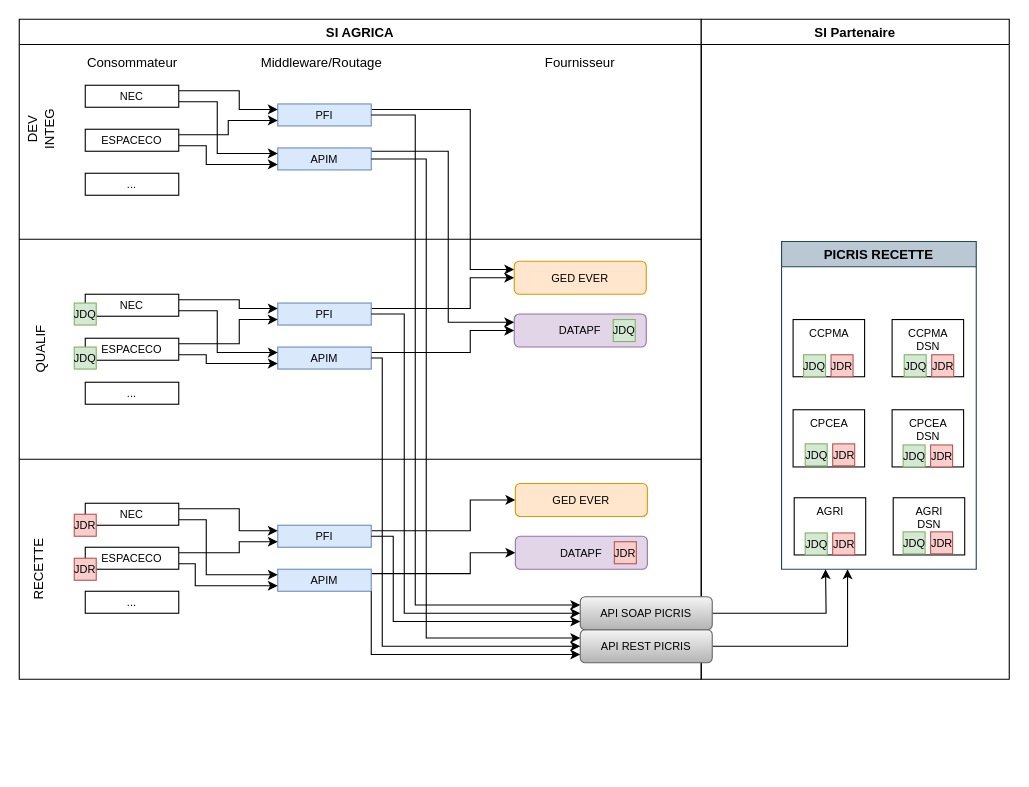
The draw.io diagram environnement.drawio in vdupain/draw.io, before the edit. Source tidied: cells renumbered, new cells numbered last; positions are measured from the earlier drawing's top-left corner, leaving out a move shared by most shapes. Both pictures are drawn from the tidied source at 110%, with x=0, y=0 at pixel (16, 19).
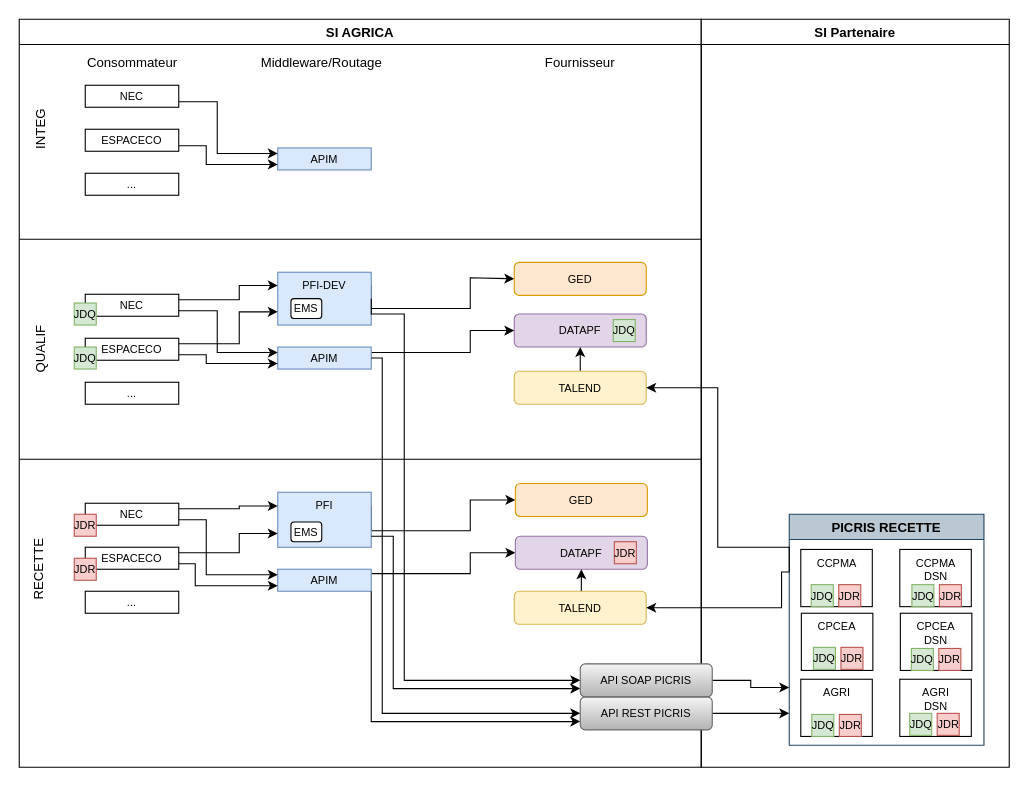
After the change.

Unchanged cells that the change refers to:
```xml
<mxCell id="6" value="DATAPF" style="rounded=1;whiteSpace=wrap;html=1;fontSize=10;fillColor=#e1d5e7;strokeColor=#9673a6;" parent="2" vertex="1">
  <mxGeometry x="450" y="268" width="120" height="30" as="geometry" />
</mxCell>
<mxCell id="12" value="APIM" style="rounded=0;whiteSpace=wrap;html=1;fontSize=10;fillColor=#dae8fc;strokeColor=#6c8ebf;" parent="2" vertex="1">
  <mxGeometry x="235" y="298" width="85" height="20" as="geometry" />
</mxCell>
<mxCell id="14" value="APIM" style="rounded=0;whiteSpace=wrap;html=1;fontSize=10;fillColor=#dae8fc;strokeColor=#6c8ebf;" parent="2" vertex="1">
  <mxGeometry x="235" y="500" width="85" height="20" as="geometry" />
</mxCell>
<mxCell id="18" value="APIM" style="rounded=0;whiteSpace=wrap;html=1;fontSize=10;fillColor=#dae8fc;strokeColor=#6c8ebf;" parent="2" vertex="1">
  <mxGeometry x="235" y="117" width="85" height="20" as="geometry" />
</mxCell>
<mxCell id="21" value="NEC" style="rounded=0;whiteSpace=wrap;html=1;fontSize=10;" parent="2" vertex="1">
  <mxGeometry x="60" y="60" width="85" height="20" as="geometry" />
</mxCell>
<mxCell id="24" value="ESPACECO" style="rounded=0;whiteSpace=wrap;html=1;fontSize=10;" parent="2" vertex="1">
  <mxGeometry x="60" y="100" width="85" height="20" as="geometry" />
</mxCell>
<mxCell id="27" value="NEC" style="rounded=0;whiteSpace=wrap;html=1;fontSize=10;" parent="2" vertex="1">
  <mxGeometry x="60" y="250" width="85" height="20" as="geometry" />
</mxCell>
<mxCell id="30" value="ESPACECO" style="rounded=0;whiteSpace=wrap;html=1;fontSize=10;" parent="2" vertex="1">
  <mxGeometry x="60" y="290" width="85" height="20" as="geometry" />
</mxCell>
<mxCell id="34" value="NEC" style="rounded=0;whiteSpace=wrap;html=1;fontSize=10;" parent="2" vertex="1">
  <mxGeometry x="60" y="440" width="85" height="20" as="geometry" />
</mxCell>
<mxCell id="37" value="ESPACECO" style="rounded=0;whiteSpace=wrap;html=1;fontSize=10;" parent="2" vertex="1">
  <mxGeometry x="60" y="480" width="85" height="20" as="geometry" />
</mxCell>
<mxCell id="40" value="DATAPF" style="rounded=1;whiteSpace=wrap;html=1;fontSize=10;fillColor=#e1d5e7;strokeColor=#9673a6;" parent="2" vertex="1">
  <mxGeometry x="451" y="470" width="120" height="30" as="geometry" />
</mxCell>
```

The edit, as a diff of the source:
```diff
@@
     <mxCell id="2" value="SI AGRICA" style="swimlane;" parent="1" vertex="1">
-      <mxGeometry x="2" width="620" height="600" as="geometry" />
+      <mxGeometry x="2" width="620" height="680" as="geometry" />
     </mxCell>
@@
-    <mxCell id="5" value="DEV INTEG" style="text;html=1;strokeColor=none;fillColor=none;align=center;verticalAlign=middle;whiteSpace=wrap;rounded=0;rotation=-90;" parent="2" vertex="1">
+    <mxCell id="5" value="INTEG" style="text;html=1;strokeColor=none;fillColor=none;align=center;verticalAlign=middle;whiteSpace=wrap;rounded=0;rotation=-90;" parent="2" vertex="1">
       <mxGeometry y="90" width="40" height="20" as="geometry" />
     </mxCell>
@@
-    <mxCell id="8" value="PFI" style="rounded=0;whiteSpace=wrap;html=1;fontSize=10;fillColor=#dae8fc;strokeColor=#6c8ebf;" parent="2" vertex="1">
-      <mxGeometry x="235" y="258" width="85" height="20" as="geometry" />
+    <mxCell id="8" value="PFI-DEV" style="rounded=0;whiteSpace=wrap;html=1;fontSize=10;fillColor=#dae8fc;strokeColor=#6c8ebf;verticalAlign=top;" parent="2" vertex="1">
+      <mxGeometry x="235" y="230" width="85" height="48" as="geometry" />
     </mxCell>
@@
-    <mxCell id="10" value="PFI" style="rounded=0;whiteSpace=wrap;html=1;fontSize=10;fillColor=#dae8fc;strokeColor=#6c8ebf;" parent="2" vertex="1">
-      <mxGeometry x="235" y="460" width="85" height="20" as="geometry" />
+    <mxCell id="10" value="PFI" style="rounded=0;whiteSpace=wrap;html=1;fontSize=10;fillColor=#dae8fc;strokeColor=#6c8ebf;verticalAlign=top;" parent="2" vertex="1">
+      <mxGeometry x="235" y="430" width="85" height="50" as="geometry" />
     </mxCell>
@@
-    <mxCell id="15" style="edgeStyle=orthogonalEdgeStyle;rounded=0;jettySize=auto;html=1;entryX=0;entryY=0.25;entryDx=0;entryDy=0;fontSize=10;exitX=1;exitY=0.25;exitDx=0;exitDy=0;" parent="2" edge="1" source="16" target="39">
-      <mxGeometry relative="1" as="geometry">
-        <Array as="points">
-          <mxPoint x="410" y="82" />
-          <mxPoint x="410" y="228" />
-        </Array>
-      </mxGeometry>
-    </mxCell>
-    <mxCell id="16" value="PFI" style="rounded=0;whiteSpace=wrap;html=1;fontSize=10;fillColor=#dae8fc;strokeColor=#6c8ebf;" parent="2" vertex="1">
-      <mxGeometry x="235" y="77" width="85" height="20" as="geometry" />
-    </mxCell>
-    <mxCell id="17" style="edgeStyle=orthogonalEdgeStyle;rounded=0;jettySize=auto;html=1;entryX=0;entryY=0.25;entryDx=0;entryDy=0;fontSize=10;" parent="2" edge="1" target="6">
-      <mxGeometry relative="1" as="geometry">
-        <mxPoint x="320" y="120" as="sourcePoint" />
-        <Array as="points">
-          <mxPoint x="390" y="120" />
-          <mxPoint x="390" y="276" />
-        </Array>
-      </mxGeometry>
-    </mxCell>
@@
-    <mxCell id="19" style="edgeStyle=orthogonalEdgeStyle;rounded=0;jettySize=auto;html=1;entryX=0;entryY=0.25;entryDx=0;entryDy=0;fontSize=10;exitX=1;exitY=0.25;exitDx=0;exitDy=0;" parent="2" edge="1" source="21" target="16">
-      <mxGeometry relative="1" as="geometry">
-        <Array as="points">
-          <mxPoint x="200" y="65" />
-          <mxPoint x="200" y="82" />
-        </Array>
-      </mxGeometry>
-    </mxCell>
@@
-    <mxCell id="22" style="edgeStyle=orthogonalEdgeStyle;rounded=0;jettySize=auto;html=1;entryX=0;entryY=0.75;entryDx=0;entryDy=0;fontSize=10;exitX=1;exitY=0.25;exitDx=0;exitDy=0;" parent="2" edge="1" source="24" target="16">
-      <mxGeometry relative="1" as="geometry" />
-    </mxCell>
@@
-    <mxCell id="26" style="edgeStyle=orthogonalEdgeStyle;rounded=0;jettySize=auto;html=1;entryX=0;entryY=0.25;entryDx=0;entryDy=0;fontSize=10;exitX=1;exitY=0.25;exitDx=0;exitDy=0;" parent="2" edge="1" source="27" target="8">
+    <mxCell id="26" style="edgeStyle=orthogonalEdgeStyle;rounded=0;jettySize=auto;html=1;fontSize=10;exitX=1;exitY=0.25;exitDx=0;exitDy=0;" parent="2" edge="1" source="27">
       <mxGeometry relative="1" as="geometry">
+        <mxPoint x="235" y="242" as="targetPoint" />
         <Array as="points">
           <mxPoint x="200" y="255" />
-          <mxPoint x="200" y="263" />
+          <mxPoint x="200" y="242" />
         </Array>
       </mxGeometry>
     </mxCell>
@@
     <mxCell id="28" style="edgeStyle=orthogonalEdgeStyle;rounded=0;jettySize=auto;html=1;entryX=0;entryY=0.75;entryDx=0;entryDy=0;fontSize=10;exitX=1;exitY=0.25;exitDx=0;exitDy=0;" parent="2" edge="1" source="30" target="8">
       <mxGeometry relative="1" as="geometry">
         <Array as="points">
           <mxPoint x="200" y="295" />
-          <mxPoint x="200" y="273" />
+          <mxPoint x="200" y="266" />
         </Array>
       </mxGeometry>
     </mxCell>
@@
     <mxCell id="32" style="edgeStyle=orthogonalEdgeStyle;rounded=0;jettySize=auto;html=1;entryX=0;entryY=0.25;entryDx=0;entryDy=0;fontSize=10;exitX=1;exitY=0.25;exitDx=0;exitDy=0;" parent="2" edge="1" source="34" target="10">
       <mxGeometry relative="1" as="geometry">
         <Array as="points">
           <mxPoint x="200" y="445" />
-          <mxPoint x="200" y="465" />
+          <mxPoint x="200" y="443" />
         </Array>
       </mxGeometry>
     </mxCell>
@@
     <mxCell id="35" style="edgeStyle=orthogonalEdgeStyle;rounded=0;jettySize=auto;html=1;entryX=0;entryY=0.75;entryDx=0;entryDy=0;fontSize=10;exitX=1;exitY=0.25;exitDx=0;exitDy=0;" parent="2" edge="1" source="37" target="10">
       <mxGeometry relative="1" as="geometry">
         <Array as="points">
           <mxPoint x="200" y="485" />
-          <mxPoint x="200" y="475" />
+          <mxPoint x="200" y="468" />
         </Array>
       </mxGeometry>
     </mxCell>
@@
-    <mxCell id="39" value="GED EVER" style="rounded=1;whiteSpace=wrap;html=1;fontSize=10;fillColor=#ffe6cc;strokeColor=#d79b00;" parent="2" vertex="1">
-      <mxGeometry x="450" y="220" width="120" height="30" as="geometry" />
+    <mxCell id="39" value="GED" style="rounded=1;whiteSpace=wrap;html=1;fontSize=10;fillColor=#ffe6cc;strokeColor=#d79b00;" parent="2" vertex="1">
+      <mxGeometry x="450" y="221" width="120" height="30" as="geometry" />
     </mxCell>
@@
-    <mxCell id="41" value="GED EVER" style="rounded=1;whiteSpace=wrap;html=1;fontSize=10;fillColor=#ffe6cc;strokeColor=#d79b00;" parent="2" vertex="1">
+    <mxCell id="41" value="GED" style="rounded=1;whiteSpace=wrap;html=1;fontSize=10;fillColor=#ffe6cc;strokeColor=#d79b00;" parent="2" vertex="1">
       <mxGeometry x="451" y="422" width="120" height="30" as="geometry" />
     </mxCell>
@@
+    <mxCell id="84" style="edgeStyle=orthogonalEdgeStyle;rounded=0;jettySize=auto;html=1;exitX=0.5;exitY=0;exitDx=0;exitDy=0;entryX=0.5;entryY=1;entryDx=0;entryDy=0;" parent="2" edge="1" source="85" target="6">
+      <mxGeometry relative="1" as="geometry" />
+    </mxCell>
+    <mxCell id="85" value="TALEND" style="rounded=1;whiteSpace=wrap;html=1;fontSize=10;fillColor=#fff2cc;strokeColor=#d6b656;" parent="2" vertex="1">
+      <mxGeometry x="450" y="320" width="120" height="30" as="geometry" />
+    </mxCell>
+    <mxCell id="86" style="edgeStyle=orthogonalEdgeStyle;rounded=0;jettySize=auto;html=1;exitX=0.5;exitY=0;exitDx=0;exitDy=0;entryX=0.5;entryY=1;entryDx=0;entryDy=0;" parent="2" edge="1" source="87" target="40">
+      <mxGeometry relative="1" as="geometry" />
+    </mxCell>
+    <mxCell id="87" value="TALEND" style="rounded=1;whiteSpace=wrap;html=1;fontSize=10;fillColor=#fff2cc;strokeColor=#d6b656;" parent="2" vertex="1">
+      <mxGeometry x="450" y="520" width="120" height="30" as="geometry" />
+    </mxCell>
+    <mxCell id="88" value="EMS" style="rounded=1;whiteSpace=wrap;html=1;fontSize=10;" parent="2" vertex="1">
+      <mxGeometry x="247" y="254" width="28" height="18" as="geometry" />
+    </mxCell>
+    <mxCell id="89" value="EMS" style="rounded=1;whiteSpace=wrap;html=1;fontSize=10;" parent="2" vertex="1">
+      <mxGeometry x="247" y="457" width="28" height="18" as="geometry" />
+    </mxCell>
     <mxCell id="52" value="SI Partenaire" style="swimlane;" parent="1" vertex="1">
-      <mxGeometry x="622" width="280" height="600" as="geometry" />
+      <mxGeometry x="622" width="280" height="680" as="geometry" />
     </mxCell>
     <mxCell id="53" value="PICRIS RECETTE" style="swimlane;fillColor=#bac8d3;strokeColor=#23445d;" parent="52" vertex="1">
-      <mxGeometry x="73" y="202" width="177" height="298" as="geometry" />
+      <mxGeometry x="80" y="450" width="177" height="210" as="geometry" />
     </mxCell>
     <mxCell id="54" value="CCPMA" style="rounded=0;whiteSpace=wrap;html=1;fontSize=10;verticalAlign=top;" parent="53" vertex="1">
-      <mxGeometry x="10.5" y="71" width="65" height="52" as="geometry" />
+      <mxGeometry x="10.5" y="32" width="65" height="52" as="geometry" />
     </mxCell>
     <mxCell id="55" value="&lt;div&gt;CCPMA&lt;/div&gt;&lt;div&gt;DSN&lt;/div&gt;" style="rounded=0;whiteSpace=wrap;html=1;fontSize=10;verticalAlign=top;" parent="53" vertex="1">
-      <mxGeometry x="100.5" y="71" width="65" height="52" as="geometry" />
+      <mxGeometry x="100.5" y="32" width="65" height="52" as="geometry" />
     </mxCell>
     <mxCell id="56" value="CPCEA" style="rounded=0;whiteSpace=wrap;html=1;fontSize=10;verticalAlign=top;" parent="53" vertex="1">
-      <mxGeometry x="10.5" y="153" width="65" height="52" as="geometry" />
+      <mxGeometry x="11" y="90" width="65" height="52" as="geometry" />
     </mxCell>
     <mxCell id="57" value="&lt;div&gt;CPCEA&lt;/div&gt;&lt;div&gt;DSN&lt;/div&gt;" style="rounded=0;whiteSpace=wrap;html=1;fontSize=10;verticalAlign=top;" parent="53" vertex="1">
-      <mxGeometry x="100.5" y="153" width="65" height="52" as="geometry" />
+      <mxGeometry x="101" y="90" width="65" height="52" as="geometry" />
     </mxCell>
     <mxCell id="58" value="AGRI" style="rounded=0;whiteSpace=wrap;html=1;fontSize=10;verticalAlign=top;" parent="53" vertex="1">
-      <mxGeometry x="11.5" y="233" width="65" height="52" as="geometry" />
+      <mxGeometry x="10.5" y="150" width="65" height="52" as="geometry" />
     </mxCell>
     <mxCell id="59" value="&lt;div&gt;AGRI&lt;/div&gt;&lt;div&gt;DSN&lt;/div&gt;" style="rounded=0;whiteSpace=wrap;html=1;fontSize=10;verticalAlign=top;" parent="53" vertex="1">
-      <mxGeometry x="101.5" y="233" width="65" height="52" as="geometry" />
+      <mxGeometry x="100.5" y="150" width="65" height="52" as="geometry" />
     </mxCell>
     <mxCell id="60" value="JDQ" style="rounded=0;whiteSpace=wrap;html=1;fontSize=10;fillColor=#d5e8d4;strokeColor=#82b366;" parent="53" vertex="1">
-      <mxGeometry x="20" y="103" width="20" height="20" as="geometry" />
+      <mxGeometry x="20" y="64" width="20" height="20" as="geometry" />
     </mxCell>
     <mxCell id="61" value="JDR" style="rounded=0;whiteSpace=wrap;html=1;fontSize=10;fillColor=#f8cecc;strokeColor=#b85450;" parent="53" vertex="1">
-      <mxGeometry x="45" y="103" width="20" height="20" as="geometry" />
+      <mxGeometry x="45" y="64" width="20" height="20" as="geometry" />
     </mxCell>
     <mxCell id="62" value="JDQ" style="rounded=0;whiteSpace=wrap;html=1;fontSize=10;fillColor=#d5e8d4;strokeColor=#82b366;" parent="53" vertex="1">
-      <mxGeometry x="111.5" y="103" width="20" height="20" as="geometry" />
+      <mxGeometry x="111.5" y="64" width="20" height="20" as="geometry" />
     </mxCell>
     <mxCell id="63" value="JDR" style="rounded=0;whiteSpace=wrap;html=1;fontSize=10;fillColor=#f8cecc;strokeColor=#b85450;" parent="53" vertex="1">
-      <mxGeometry x="136.5" y="103" width="20" height="20" as="geometry" />
+      <mxGeometry x="136.5" y="64" width="20" height="20" as="geometry" />
     </mxCell>
     <mxCell id="64" value="JDQ" style="rounded=0;whiteSpace=wrap;html=1;fontSize=10;fillColor=#d5e8d4;strokeColor=#82b366;" parent="53" vertex="1">
-      <mxGeometry x="21.5" y="184" width="20" height="20" as="geometry" />
+      <mxGeometry x="22" y="121" width="20" height="20" as="geometry" />
     </mxCell>
     <mxCell id="65" value="JDR" style="rounded=0;whiteSpace=wrap;html=1;fontSize=10;fillColor=#f8cecc;strokeColor=#b85450;" parent="53" vertex="1">
-      <mxGeometry x="46.5" y="184" width="20" height="20" as="geometry" />
+      <mxGeometry x="47" y="121" width="20" height="20" as="geometry" />
     </mxCell>
     <mxCell id="66" value="JDQ" style="rounded=0;whiteSpace=wrap;html=1;fontSize=10;fillColor=#d5e8d4;strokeColor=#82b366;" parent="53" vertex="1">
-      <mxGeometry x="110.5" y="185" width="20" height="20" as="geometry" />
+      <mxGeometry x="111" y="122" width="20" height="20" as="geometry" />
     </mxCell>
     <mxCell id="67" value="JDR" style="rounded=0;whiteSpace=wrap;html=1;fontSize=10;fillColor=#f8cecc;strokeColor=#b85450;" parent="53" vertex="1">
-      <mxGeometry x="135.5" y="185" width="20" height="20" as="geometry" />
+      <mxGeometry x="136" y="122" width="20" height="20" as="geometry" />
     </mxCell>
     <mxCell id="68" value="JDQ" style="rounded=0;whiteSpace=wrap;html=1;fontSize=10;fillColor=#d5e8d4;strokeColor=#82b366;" parent="53" vertex="1">
-      <mxGeometry x="21.5" y="265" width="20" height="20" as="geometry" />
+      <mxGeometry x="20.5" y="182" width="20" height="20" as="geometry" />
     </mxCell>
     <mxCell id="69" value="JDR" style="rounded=0;whiteSpace=wrap;html=1;fontSize=10;fillColor=#f8cecc;strokeColor=#b85450;" parent="53" vertex="1">
-      <mxGeometry x="46.5" y="265" width="20" height="20" as="geometry" />
+      <mxGeometry x="45.5" y="182" width="20" height="20" as="geometry" />
     </mxCell>
     <mxCell id="70" value="JDQ" style="rounded=0;whiteSpace=wrap;html=1;fontSize=10;fillColor=#d5e8d4;strokeColor=#82b366;" parent="53" vertex="1">
-      <mxGeometry x="110.5" y="264" width="20" height="20" as="geometry" />
+      <mxGeometry x="109.5" y="181" width="20" height="20" as="geometry" />
     </mxCell>
     <mxCell id="71" value="JDR" style="rounded=0;whiteSpace=wrap;html=1;fontSize=10;fillColor=#f8cecc;strokeColor=#b85450;" parent="53" vertex="1">
-      <mxGeometry x="135.5" y="264" width="20" height="20" as="geometry" />
+      <mxGeometry x="134.5" y="181" width="20" height="20" as="geometry" />
     </mxCell>
@@
     <mxCell id="74" style="edgeStyle=orthogonalEdgeStyle;rounded=0;jettySize=auto;html=1;fontSize=10;exitX=1;exitY=0.5;exitDx=0;exitDy=0;" parent="1" edge="1" source="75">
       <mxGeometry relative="1" as="geometry">
-        <mxPoint x="755" y="500" as="targetPoint" />
+        <mxPoint x="702" y="631" as="targetPoint" />
         <Array as="points">
-          <mxPoint x="755" y="570" />
+          <mxPoint x="702" y="631" />
         </Array>
       </mxGeometry>
     </mxCell>
     <mxCell id="75" value="API REST PICRIS" style="rounded=1;whiteSpace=wrap;html=1;fontSize=10;gradientColor=#b3b3b3;fillColor=#f5f5f5;strokeColor=#666666;" parent="1" vertex="1">
-      <mxGeometry x="512" y="555" width="120" height="30" as="geometry" />
+      <mxGeometry x="512" y="616" width="120" height="30" as="geometry" />
     </mxCell>
-    <mxCell id="76" style="edgeStyle=orthogonalEdgeStyle;rounded=0;jettySize=auto;html=1;fontSize=10;exitX=1;exitY=0.5;exitDx=0;exitDy=0;" parent="1" edge="1" source="77">
-      <mxGeometry relative="1" as="geometry">
-        <mxPoint x="735" y="500" as="targetPoint" />
-      </mxGeometry>
+    <mxCell id="76" style="edgeStyle=orthogonalEdgeStyle;rounded=0;jettySize=auto;html=1;fontSize=10;exitX=1;exitY=0.5;exitDx=0;exitDy=0;entryX=0;entryY=0.75;entryDx=0;entryDy=0;" parent="1" edge="1" source="77" target="53">
+      <mxGeometry relative="1" as="geometry" />
     </mxCell>
     <mxCell id="77" value="API SOAP PICRIS" style="rounded=1;whiteSpace=wrap;html=1;fontSize=10;gradientColor=#b3b3b3;fillColor=#f5f5f5;strokeColor=#666666;" parent="1" vertex="1">
-      <mxGeometry x="512" y="525" width="120" height="30" as="geometry" />
+      <mxGeometry x="512" y="586" width="120" height="30" as="geometry" />
     </mxCell>
     <mxCell id="78" style="edgeStyle=orthogonalEdgeStyle;rounded=0;jettySize=auto;html=1;entryX=0;entryY=0.5;entryDx=0;entryDy=0;fontSize=10;exitX=1;exitY=0.5;exitDx=0;exitDy=0;" parent="1" edge="1" source="8" target="77">
       <mxGeometry relative="1" as="geometry">
         <Array as="points">
           <mxPoint x="352" y="268" />
-          <mxPoint x="352" y="540" />
+          <mxPoint x="352" y="601" />
         </Array>
       </mxGeometry>
     </mxCell>
     <mxCell id="79" style="edgeStyle=orthogonalEdgeStyle;rounded=0;jettySize=auto;html=1;entryX=0;entryY=0.75;entryDx=0;entryDy=0;fontSize=10;" parent="1" edge="1" source="10" target="77">
       <mxGeometry relative="1" as="geometry">
         <Array as="points">
           <mxPoint x="342" y="470" />
-          <mxPoint x="342" y="548" />
+          <mxPoint x="342" y="609" />
         </Array>
       </mxGeometry>
     </mxCell>
     <mxCell id="80" style="edgeStyle=orthogonalEdgeStyle;rounded=0;jettySize=auto;html=1;entryX=0;entryY=0.5;entryDx=0;entryDy=0;fontSize=10;exitX=1;exitY=0.5;exitDx=0;exitDy=0;" parent="1" edge="1" source="12" target="75">
       <mxGeometry relative="1" as="geometry">
         <Array as="points">
           <mxPoint x="332" y="308" />
-          <mxPoint x="332" y="570" />
+          <mxPoint x="332" y="631" />
         </Array>
       </mxGeometry>
     </mxCell>
     <mxCell id="81" style="edgeStyle=orthogonalEdgeStyle;rounded=0;jettySize=auto;html=1;entryX=0;entryY=0.75;entryDx=0;entryDy=0;fontSize=10;" parent="1" edge="1" source="14" target="75">
       <mxGeometry relative="1" as="geometry">
         <Array as="points">
-          <mxPoint x="322" y="510" />
-          <mxPoint x="322" y="578" />
+          <mxPoint x="322" y="639" />
         </Array>
       </mxGeometry>
     </mxCell>
-    <mxCell id="82" style="edgeStyle=orthogonalEdgeStyle;rounded=0;jettySize=auto;html=1;entryX=0;entryY=0.25;entryDx=0;entryDy=0;fontSize=10;" parent="1" edge="1" source="16" target="77">
-      <mxGeometry relative="1" as="geometry">
-        <Array as="points">
-          <mxPoint x="362" y="87" />
-          <mxPoint x="362" y="532" />
-        </Array>
-      </mxGeometry>
-    </mxCell>
-    <mxCell id="83" style="edgeStyle=orthogonalEdgeStyle;rounded=0;jettySize=auto;html=1;entryX=0;entryY=0.25;entryDx=0;entryDy=0;fontSize=10;" parent="1" edge="1" source="18" target="75">
-      <mxGeometry relative="1" as="geometry">
-        <Array as="points">
-          <mxPoint x="372" y="127" />
-          <mxPoint x="372" y="562" />
-        </Array>
-      </mxGeometry>
-    </mxCell>
+    <mxCell id="90" style="edgeStyle=orthogonalEdgeStyle;rounded=0;jettySize=auto;html=1;exitX=0;exitY=0.25;exitDx=0;exitDy=0;entryX=1;entryY=0.5;entryDx=0;entryDy=0;" parent="1" edge="1" source="53" target="85">
+      <mxGeometry relative="1" as="geometry">
+        <Array as="points">
+          <mxPoint x="702" y="480" />
+          <mxPoint x="637" y="480" />
+          <mxPoint x="637" y="335" />
+        </Array>
+      </mxGeometry>
+    </mxCell>
+    <mxCell id="91" style="edgeStyle=orthogonalEdgeStyle;rounded=0;jettySize=auto;html=1;exitX=0;exitY=0.25;exitDx=0;exitDy=0;entryX=1;entryY=0.5;entryDx=0;entryDy=0;" parent="1" edge="1" source="53" target="87">
+      <mxGeometry relative="1" as="geometry">
+        <Array as="points">
+          <mxPoint x="695" y="503" />
+          <mxPoint x="695" y="535" />
+        </Array>
+      </mxGeometry>
+    </mxCell>
```
